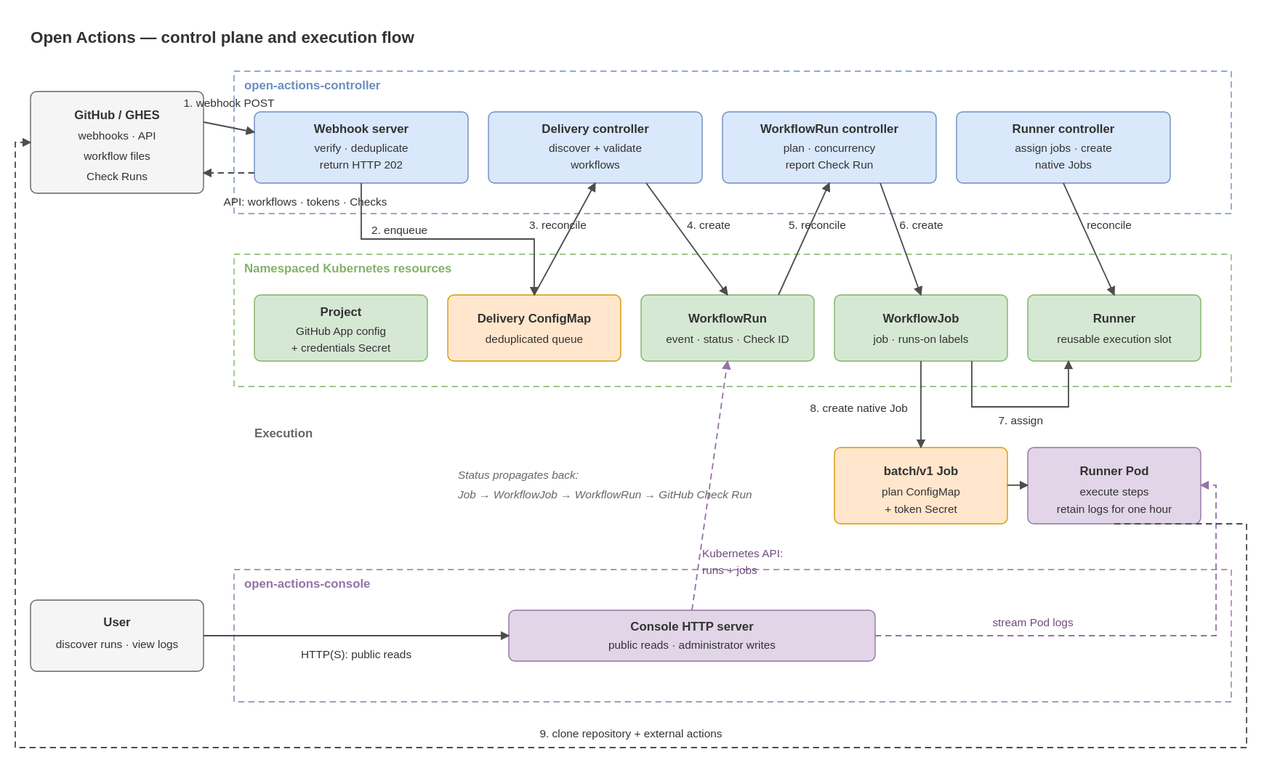
The draw.io diagram docs/architecture.drawio.svg in kelos-dev/open-actions, before a commit. Source tidied: cells renumbered, new cells last; positions are measured from the earlier drawing's top-left corner, leaving out a move shared by most shapes.
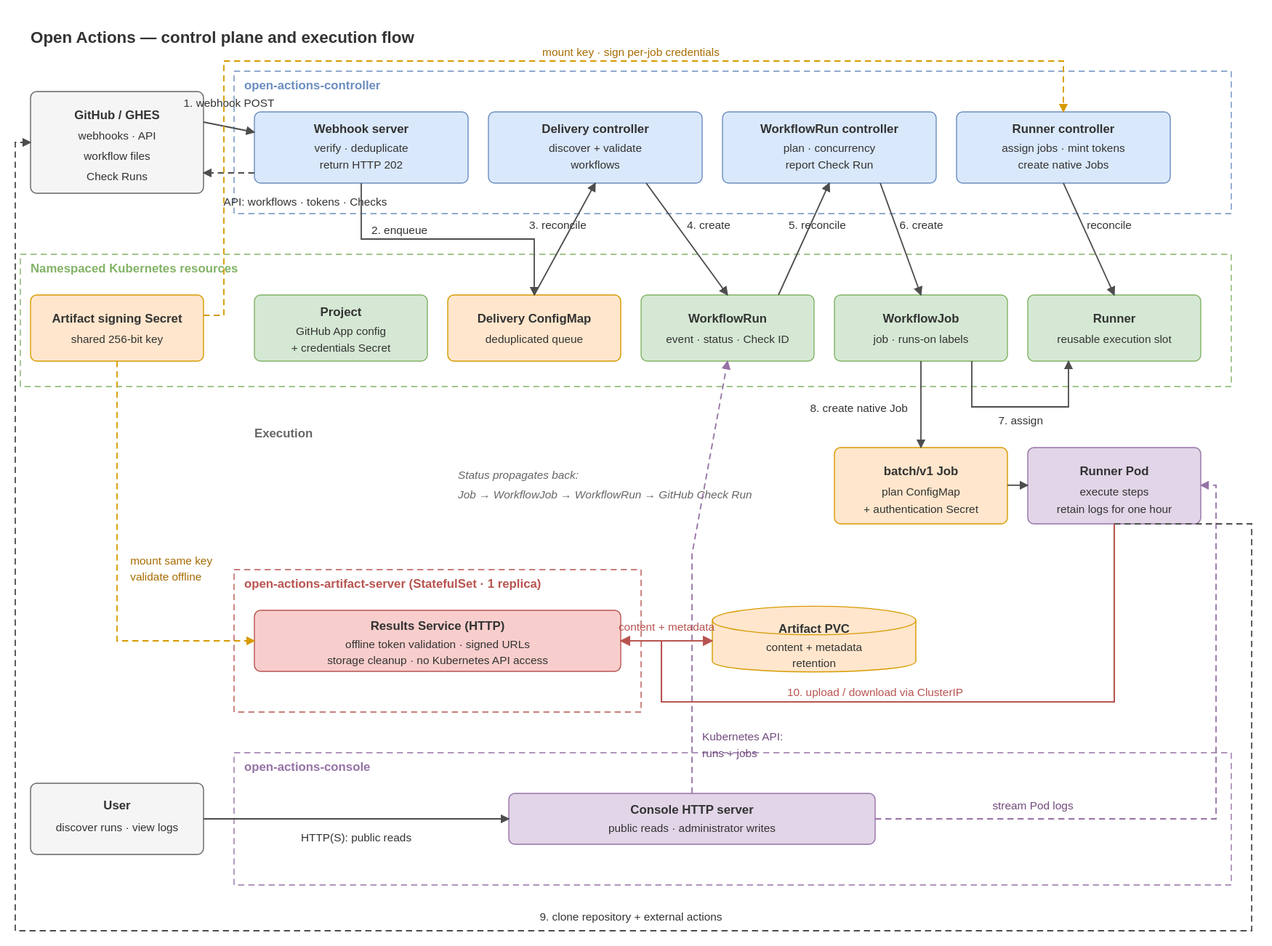
After the commit.

The edit, as a diff of the source:
```diff
@@ -8,17 +8,20 @@
     <mxCell id="3" value="open-actions-controller" style="rounded=0;html=1;fillColor=none;strokeColor=#6C8EBF;dashed=1;verticalAlign=top;align=left;spacingLeft=8;spacingTop=2;fontStyle=1;fontColor=#6C8EBF;" parent="1" vertex="1">
       <mxGeometry x="200" y="50" width="980" height="140" as="geometry" />
     </mxCell>
+    <mxCell id="5" value="Namespaced Kubernetes resources" style="rounded=0;html=1;fillColor=none;strokeColor=#82B366;dashed=1;verticalAlign=top;align=left;spacingLeft=8;spacingTop=2;fontStyle=1;fontColor=#82B366;" parent="1" vertex="1">
+      <mxGeometry x="-10" y="230" width="1190" height="130" as="geometry" />
+    </mxCell>
+    <mxCell id="35" value="open-actions-artifact-server (StatefulSet · 1 replica)" style="rounded=0;html=1;fillColor=none;strokeColor=#B85450;dashed=1;verticalAlign=top;align=left;spacingLeft=8;spacingTop=2;fontStyle=1;fontColor=#B85450;" parent="1" vertex="1">
+      <mxGeometry x="200" y="540" width="400" height="140" as="geometry" />
+    </mxCell>
     <mxCell id="4" value="open-actions-console" style="rounded=0;html=1;fillColor=none;strokeColor=#9673A6;dashed=1;verticalAlign=top;align=left;spacingLeft=8;spacingTop=2;fontStyle=1;fontColor=#9673A6;" parent="1" vertex="1">
-      <mxGeometry x="200" y="540" width="980" height="130" as="geometry" />
+      <mxGeometry x="200" y="720" width="980" height="130" as="geometry" />
     </mxCell>
-    <mxCell id="5" value="Namespaced Kubernetes resources" style="rounded=0;html=1;fillColor=none;strokeColor=#82B366;dashed=1;verticalAlign=top;align=left;spacingLeft=8;spacingTop=2;fontStyle=1;fontColor=#82B366;" parent="1" vertex="1">
-      <mxGeometry x="200" y="230" width="980" height="130" as="geometry" />
-    </mxCell>
     <mxCell id="6" value="&lt;b&gt;GitHub / GHES&lt;/b&gt;&lt;br&gt;webhooks · API&lt;br&gt;workflow files · Check Runs" style="rounded=1;whiteSpace=wrap;html=1;fillColor=#F5F5F5;strokeColor=#666666;fontColor=#333333;fontSize=11;" parent="1" vertex="1">
       <mxGeometry y="70" width="170" height="100" as="geometry" />
     </mxCell>
     <mxCell id="7" value="&lt;b&gt;User&lt;/b&gt;&lt;br&gt;discover runs · view logs" style="rounded=1;whiteSpace=wrap;html=1;fillColor=#F5F5F5;strokeColor=#666666;fontColor=#333333;fontSize=11;" parent="1" vertex="1">
-      <mxGeometry y="570" width="170" height="70" as="geometry" />
+      <mxGeometry y="750" width="170" height="70" as="geometry" />
     </mxCell>
     <mxCell id="8" value="&lt;b&gt;Webhook server&lt;/b&gt;&lt;br&gt;verify · deduplicate&lt;br&gt;return HTTP 202" style="rounded=1;whiteSpace=wrap;html=1;fillColor=#DAE8FC;strokeColor=#6C8EBF;fontColor=#333333;fontSize=11;" parent="1" vertex="1">
       <mxGeometry x="220" y="90" width="210" height="70" as="geometry" />
@@ -29,12 +32,15 @@
     <mxCell id="10" value="&lt;b&gt;WorkflowRun controller&lt;/b&gt;&lt;br&gt;plan · concurrency&lt;br&gt;report Check Run" style="rounded=1;whiteSpace=wrap;html=1;fillColor=#DAE8FC;strokeColor=#6C8EBF;fontColor=#333333;fontSize=11;" parent="1" vertex="1">
       <mxGeometry x="680" y="90" width="210" height="70" as="geometry" />
     </mxCell>
-    <mxCell id="11" value="&lt;b&gt;Runner controller&lt;/b&gt;&lt;br&gt;assign jobs · create&lt;br&gt;native Jobs" style="rounded=1;whiteSpace=wrap;html=1;fillColor=#DAE8FC;strokeColor=#6C8EBF;fontColor=#333333;fontSize=11;" parent="1" vertex="1">
+    <mxCell id="11" value="&lt;b&gt;Runner controller&lt;/b&gt;&lt;br&gt;assign jobs · mint tokens&lt;br&gt;create native Jobs" style="rounded=1;whiteSpace=wrap;html=1;fillColor=#DAE8FC;strokeColor=#6C8EBF;fontColor=#333333;fontSize=11;" parent="1" vertex="1">
       <mxGeometry x="910" y="90" width="210" height="70" as="geometry" />
     </mxCell>
     <mxCell id="12" value="&lt;b&gt;Console HTTP server&lt;/b&gt;&lt;br&gt;public reads · administrator writes" style="rounded=1;whiteSpace=wrap;html=1;fillColor=#E1D5E7;strokeColor=#9673A6;fontColor=#333333;fontSize=11;" parent="1" vertex="1">
-      <mxGeometry x="470" y="580" width="360" height="50" as="geometry" />
+      <mxGeometry x="470" y="760" width="360" height="50" as="geometry" />
     </mxCell>
+    <mxCell id="36" value="&lt;b&gt;Artifact signing Secret&lt;/b&gt;&lt;br&gt;shared 256-bit key" style="rounded=1;whiteSpace=wrap;html=1;fillColor=#FFE6CC;strokeColor=#D79B00;fontColor=#333333;fontSize=11;" parent="1" vertex="1">
+      <mxGeometry y="270" width="170" height="65" as="geometry" />
+    </mxCell>
     <mxCell id="13" value="&lt;b&gt;Project&lt;/b&gt;&lt;br&gt;GitHub App config&lt;br&gt;+ credentials Secret" style="rounded=1;whiteSpace=wrap;html=1;fillColor=#D5E8D4;strokeColor=#82B366;fontColor=#333333;fontSize=11;" parent="1" vertex="1">
       <mxGeometry x="220" y="270" width="170" height="65" as="geometry" />
     </mxCell>
@@ -50,12 +56,18 @@
     <mxCell id="17" value="&lt;b&gt;Runner&lt;/b&gt;&lt;br&gt;reusable execution slot" style="rounded=1;whiteSpace=wrap;html=1;fillColor=#D5E8D4;strokeColor=#82B366;fontColor=#333333;fontSize=11;" parent="1" vertex="1">
       <mxGeometry x="980" y="270" width="170" height="65" as="geometry" />
     </mxCell>
-    <mxCell id="18" value="&lt;b&gt;batch/v1 Job&lt;/b&gt;&lt;br&gt;plan ConfigMap + token Secret" style="rounded=1;whiteSpace=wrap;html=1;fillColor=#FFE6CC;strokeColor=#D79B00;fontColor=#333333;fontSize=11;" parent="1" vertex="1">
+    <mxCell id="18" value="&lt;b&gt;batch/v1 Job&lt;/b&gt;&lt;br&gt;plan ConfigMap&lt;br&gt;+ authentication Secret" style="rounded=1;whiteSpace=wrap;html=1;fillColor=#FFE6CC;strokeColor=#D79B00;fontColor=#333333;fontSize=11;" parent="1" vertex="1">
       <mxGeometry x="790" y="420" width="170" height="75" as="geometry" />
     </mxCell>
-    <mxCell id="19" value="&lt;b&gt;Runner Pod&lt;/b&gt;&lt;br&gt;execute steps + retain logs" style="rounded=1;whiteSpace=wrap;html=1;fillColor=#E1D5E7;strokeColor=#9673A6;fontColor=#333333;fontSize=11;" parent="1" vertex="1">
+    <mxCell id="19" value="&lt;b&gt;Runner Pod&lt;/b&gt;&lt;br&gt;execute steps&lt;br&gt;retain logs for one hour" style="rounded=1;whiteSpace=wrap;html=1;fillColor=#E1D5E7;strokeColor=#9673A6;fontColor=#333333;fontSize=11;" parent="1" vertex="1">
       <mxGeometry x="980" y="420" width="170" height="75" as="geometry" />
     </mxCell>
+    <mxCell id="37" value="&lt;b&gt;Results Service (HTTP)&lt;/b&gt;&lt;br&gt;offline token validation · signed URLs&lt;br&gt;storage cleanup · no Kubernetes API access" style="rounded=1;whiteSpace=wrap;html=1;fillColor=#F8CECC;strokeColor=#B85450;fontColor=#333333;fontSize=11;" parent="1" vertex="1">
+      <mxGeometry x="220" y="580" width="360" height="60" as="geometry" />
+    </mxCell>
+    <mxCell id="38" value="&lt;b&gt;Artifact PVC&lt;/b&gt;&lt;br&gt;content + metadata&lt;br&gt;retention" style="shape=cylinder3;whiteSpace=wrap;html=1;boundedLbl=1;backgroundOutline=1;fillColor=#FFE6CC;strokeColor=#D79B00;fontColor=#333333;fontSize=11;" parent="1" vertex="1">
+      <mxGeometry x="670" y="580" width="200" height="60" as="geometry" />
+    </mxCell>
     <mxCell id="20" value="1. webhook POST" style="edgeStyle=orthogonalEdgeStyle;html=1;strokeColor=#4D4D4D;fontColor=#333333;fontSize=11;" parent="1" edge="1" source="6" target="8">
       <mxGeometry relative="1" as="geometry" />
     </mxCell>
@@ -101,5 +113,17 @@
     <mxCell id="34" value="9. clone repository + actions" style="edgeStyle=orthogonalEdgeStyle;html=1;dashed=1;strokeColor=#4D4D4D;fontColor=#333333;fontSize=11;" parent="1" edge="1" source="19" target="6">
       <mxGeometry relative="1" as="geometry" />
     </mxCell>
+    <mxCell id="39" value="mount key · sign per-job credentials" style="edgeStyle=orthogonalEdgeStyle;html=1;dashed=1;strokeColor=#D79B00;fontColor=#A66B00;fontSize=11;" parent="1" edge="1" source="36" target="11">
+      <mxGeometry relative="1" as="geometry" />
+    </mxCell>
+    <mxCell id="40" value="mount same key · validate offline" style="edgeStyle=orthogonalEdgeStyle;html=1;dashed=1;strokeColor=#D79B00;fontColor=#A66B00;fontSize=11;" parent="1" edge="1" source="36" target="37">
+      <mxGeometry relative="1" as="geometry" />
+    </mxCell>
+    <mxCell id="41" value="10. upload / download via ClusterIP" style="edgeStyle=orthogonalEdgeStyle;html=1;strokeColor=#B85450;fontColor=#B85450;fontSize=11;" parent="1" edge="1" source="19" target="37">
+      <mxGeometry relative="1" as="geometry" />
+    </mxCell>
+    <mxCell id="42" value="content + metadata" style="edgeStyle=orthogonalEdgeStyle;html=1;strokeColor=#B85450;fontColor=#B85450;fontSize=11;" parent="1" edge="1" source="37" target="38">
+      <mxGeometry relative="1" as="geometry" />
+    </mxCell>
   </root>
 </mxGraphModel>
```
